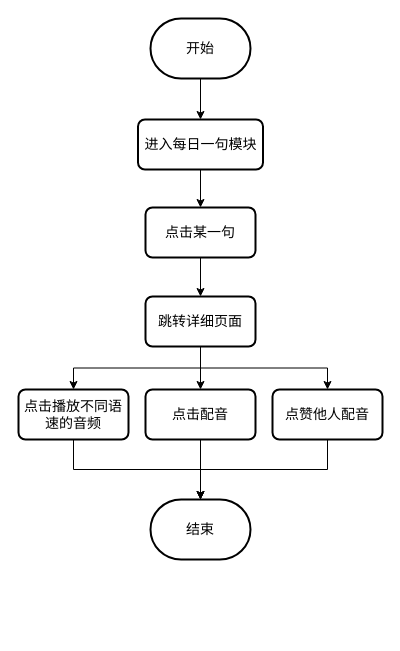
6Yolo6/GraduationDesign keeps this draw.io diagram as 每日一句流程图.drawio. Above is the earlier version. Source tidied: cells renumbered, new cells numbered last; positions are measured from the earlier drawing's top-left corner, leaving out a move shared by most shapes. Both pictures are drawn from the tidied source at 100%, with x=0, y=0 at pixel (18, 18).
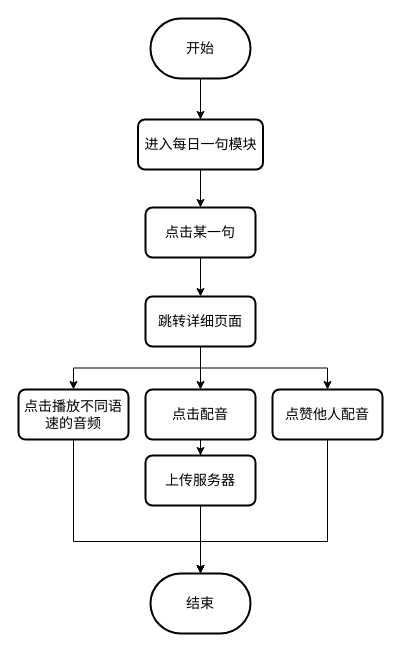
The same diagram, later.

Commit message (it also covers changes not shown here):
更新每日一句流程图.drawio

The change refers to these unchanged cells:
```xml
<mxCell id="7" value="点击播放不同语速的音频" style="rounded=1;whiteSpace=wrap;html=1;absoluteArcSize=1;arcSize=14;strokeWidth=2;fontSize=14;" parent="1" vertex="1">
  <mxGeometry y="371" width="110" height="50" as="geometry" />
</mxCell>
<mxCell id="15" value="点击配音" style="rounded=1;whiteSpace=wrap;html=1;absoluteArcSize=1;arcSize=14;strokeWidth=2;fontSize=14;" parent="1" vertex="1">
  <mxGeometry x="127" y="371" width="110" height="50" as="geometry" />
</mxCell>
<mxCell id="16" value="点赞他人配音" style="rounded=1;whiteSpace=wrap;html=1;absoluteArcSize=1;arcSize=14;strokeWidth=2;fontSize=14;" parent="1" vertex="1">
  <mxGeometry x="254" y="371" width="110" height="50" as="geometry" />
</mxCell>
```

The edit, as a diff of the source:
```diff
@@
     <mxCell id="6" value="结束" style="strokeWidth=2;html=1;shape=mxgraph.flowchart.terminator;whiteSpace=wrap;fontSize=14;" parent="1" vertex="1">
-      <mxGeometry x="132" y="481" width="100" height="60" as="geometry" />
+      <mxGeometry x="132" y="555" width="100" height="60" as="geometry" />
     </mxCell>
@@
-    <mxCell id="14" style="edgeStyle=orthogonalEdgeStyle;rounded=0;jettySize=auto;html=1;" parent="1" edge="1" source="15" target="6">
-      <mxGeometry relative="1" as="geometry" />
-    </mxCell>
+    <mxCell id="19" style="edgeStyle=orthogonalEdgeStyle;rounded=0;jettySize=auto;html=1;" parent="1" edge="1" source="15" target="21">
+      <mxGeometry relative="1" as="geometry" />
+    </mxCell>
@@
     <mxCell id="17" style="edgeStyle=orthogonalEdgeStyle;rounded=0;jettySize=auto;html=1;entryX=0.5;entryY=0;entryDx=0;entryDy=0;entryPerimeter=0;exitX=0.5;exitY=1;exitDx=0;exitDy=0;" parent="1" edge="1" source="7" target="6">
-      <mxGeometry relative="1" as="geometry" />
+      <mxGeometry relative="1" as="geometry">
+        <Array as="points">
+          <mxPoint x="55" y="523" />
+          <mxPoint x="182" y="523" />
+        </Array>
+      </mxGeometry>
     </mxCell>
     <mxCell id="18" style="edgeStyle=orthogonalEdgeStyle;rounded=0;jettySize=auto;html=1;entryX=0.5;entryY=0;entryDx=0;entryDy=0;entryPerimeter=0;exitX=0.5;exitY=1;exitDx=0;exitDy=0;" parent="1" edge="1" source="16" target="6">
-      <mxGeometry relative="1" as="geometry" />
+      <mxGeometry relative="1" as="geometry">
+        <Array as="points">
+          <mxPoint x="309" y="523" />
+          <mxPoint x="182" y="523" />
+        </Array>
+      </mxGeometry>
     </mxCell>
+    <mxCell id="20" style="edgeStyle=orthogonalEdgeStyle;rounded=0;jettySize=auto;html=1;" parent="1" edge="1" source="21" target="6">
+      <mxGeometry relative="1" as="geometry" />
+    </mxCell>
+    <mxCell id="21" value="上传服务器" style="rounded=1;whiteSpace=wrap;html=1;absoluteArcSize=1;arcSize=14;strokeWidth=2;fontSize=14;" parent="1" vertex="1">
+      <mxGeometry x="127" y="437" width="110" height="50" as="geometry" />
+    </mxCell>
```
